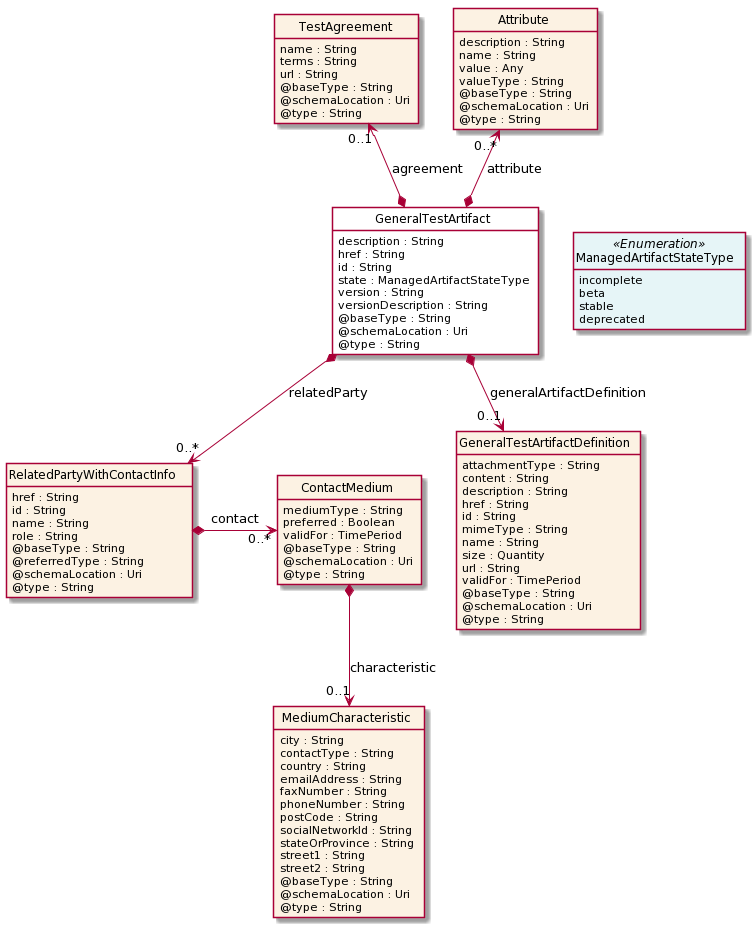
Earlier version of the PlantUML export apis/TMF710_General_Test_Artifact/documentation/diagrams/Resource_GeneralTestArtifact.png (tmforum-apis/Open_Api_And_Data_Model).
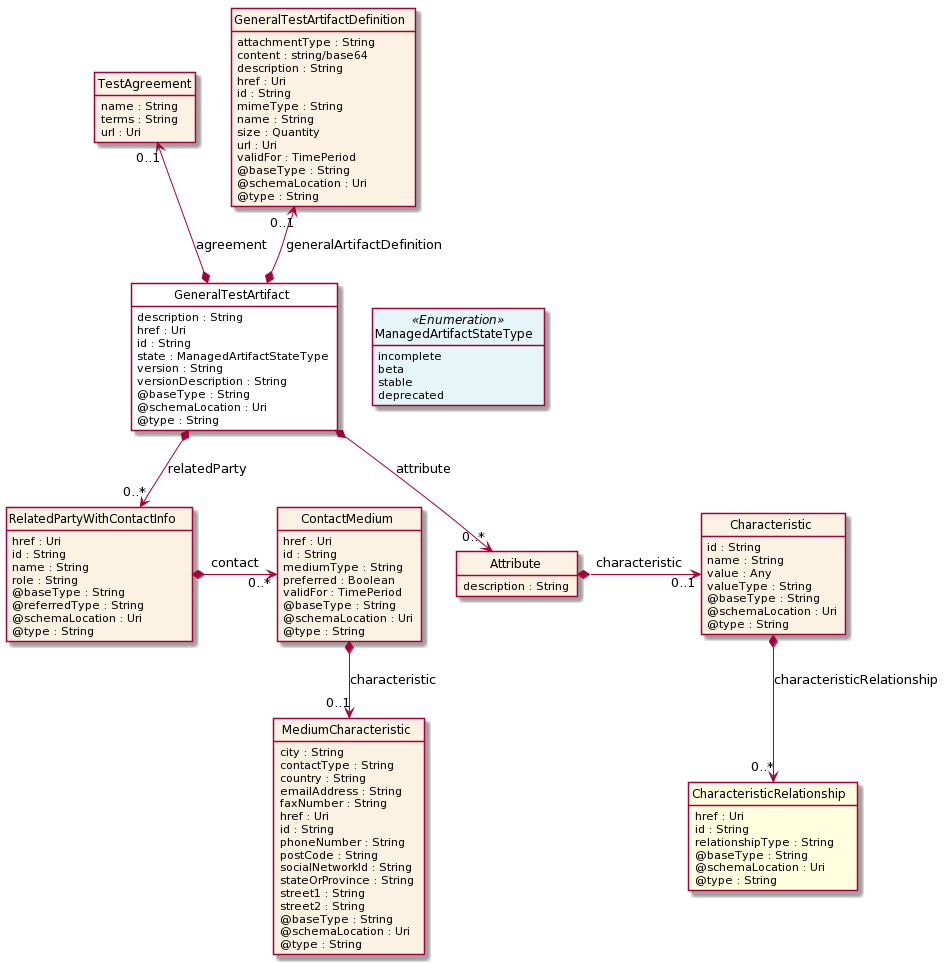
After the change.

The edit, as a diff of the source:
```diff
@@ -12,7 +12,7 @@
 
 class GeneralTestArtifact  <<Pivot>> {
     description : String
-    href : String
+    href : Uri
     id : String
     state : ManagedArtifactStateType
     version : String
@@ -32,22 +32,19 @@
 class TestAgreement  {
     name : String
     terms : String
-    url : String
-    @baseType : String
-    @schemaLocation : Uri
-    @type : String
+    url : Uri
 }
 
 class GeneralTestArtifactDefinition  {
     attachmentType : String
-    content : String
+    content : string/base64
     description : String
-    href : String
+    href : Uri
     id : String
     mimeType : String
     name : String
     size : Quantity
-    url : String
+    url : Uri
     validFor : TimePeriod
     @baseType : String
     @schemaLocation : Uri
@@ -55,7 +52,7 @@
 }
 
 class RelatedPartyWithContactInfo  {
-    href : String
+    href : Uri
     id : String
     name : String
     role : String
@@ -66,6 +63,8 @@
 }
 
 class ContactMedium  {
+    href : Uri
+    id : String
     mediumType : String
     preferred : Boolean
     validFor : TimePeriod
@@ -80,6 +79,8 @@
     country : String
     emailAddress : String
     faxNumber : String
+    href : Uri
+    id : String
     phoneNumber : String
     postCode : String
     socialNetworkId : String
@@ -93,6 +94,10 @@
 
 class Attribute  {
     description : String
+}
+
+class Characteristic  {
+    id : String
     name : String
     value : Any
     valueType : String
@@ -101,13 +106,22 @@
     @type : String
 }
 
+class CharacteristicRelationship  <<Ref>> {
+    href : Uri
+    id : String
+    relationshipType : String
+    @baseType : String
+    @schemaLocation : Uri
+    @type : String
+}
+
 GeneralTestArtifact -right[hidden]-> ManagedArtifactStateType
-
-Attribute "0..*" <--* GeneralTestArtifact : attribute
 
 TestAgreement "0..1" <--* GeneralTestArtifact : agreement
 
-GeneralTestArtifact *-->  "0..1" GeneralTestArtifactDefinition : generalArtifactDefinition
+GeneralTestArtifactDefinition "0..1" <--* GeneralTestArtifact : generalArtifactDefinition
+
+GeneralTestArtifact *-->  "0..*" Attribute : attribute
 
 GeneralTestArtifact *-->  "0..*" RelatedPartyWithContactInfo : relatedParty
 
@@ -115,4 +129,8 @@
 
 ContactMedium *-->  "0..1" MediumCharacteristic : characteristic
 
+Attribute *-right-> "0..1" Characteristic : characteristic
+
+Characteristic *-->  "0..*" CharacteristicRelationship : characteristicRelationship
+
 @enduml
```
